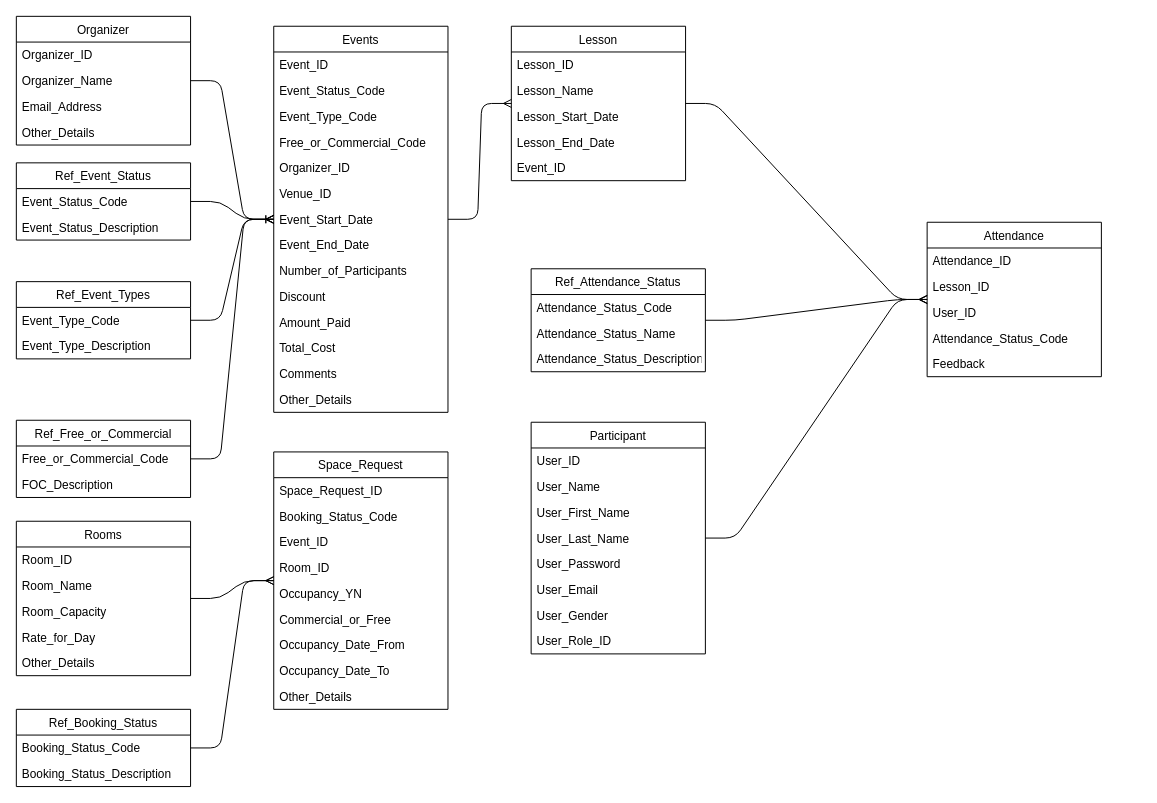
Earlier version of the draw.io diagram page "ERD" (2 of 4) of DellEvent.drawio (frostyseb/ITDP). Source tidied: cells renumbered, new cells numbered last; positions are measured from the earlier drawing's top-left corner, leaving out a move shared by most shapes. Both pictures are drawn from the tidied source at 99%, with x=0, y=0 at pixel (16, 16).
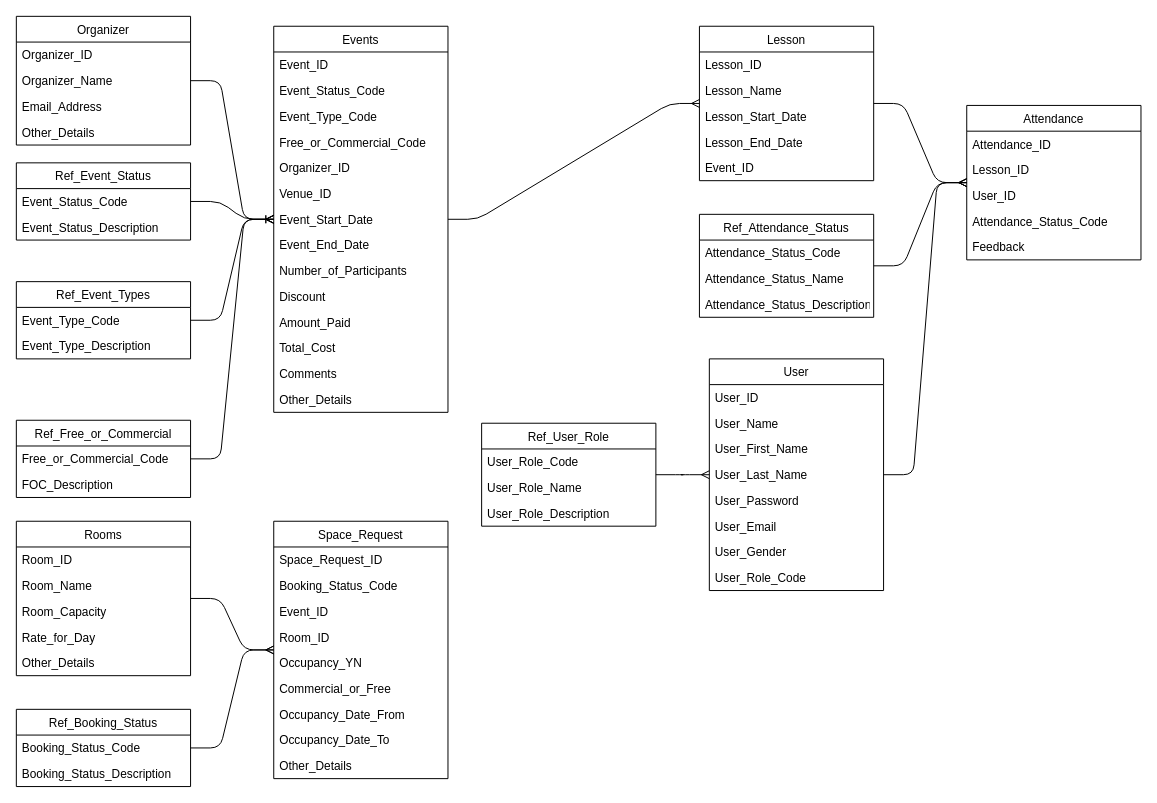
The same diagram, later.

Commit message:
Added Ref_User_Role

What changed in the source:
```diff
@@
     <mxCell id="22" value="Attendance" style="swimlane;fontStyle=0;horizontal=1;startSize=26;fillColor=none;" parent="1" vertex="1">
-      <mxGeometry x="920" y="208" width="176" height="156" as="geometry" />
+      <mxGeometry x="960" y="90" width="176" height="156" as="geometry" />
     </mxCell>
@@
     <mxCell id="37" value="Space_Request" style="swimlane;fontStyle=0;horizontal=1;startSize=26;fillColor=none;" parent="1" vertex="1">
-      <mxGeometry x="260" y="440" width="176" height="260" as="geometry" />
+      <mxGeometry x="260" y="510" width="176" height="260" as="geometry" />
     </mxCell>
@@
-    <mxCell id="56" value="Participant" style="swimlane;fontStyle=0;horizontal=1;startSize=26;fillColor=none;" parent="1" vertex="1">
-      <mxGeometry x="520" y="410" width="176" height="234" as="geometry" />
+    <mxCell id="56" value="User" style="swimlane;fontStyle=0;horizontal=1;startSize=26;fillColor=none;" parent="1" vertex="1">
+      <mxGeometry x="700" y="346" width="176" height="234" as="geometry" />
     </mxCell>
@@
-    <mxCell id="64" value="User_Role_ID" style="text;strokeColor=none;fillColor=none;align=left;verticalAlign=top;spacingLeft=4;spacingRight=4;overflow=hidden;" parent="56" vertex="1">
+    <mxCell id="64" value="User_Role_Code" style="text;strokeColor=none;fillColor=none;align=left;verticalAlign=top;spacingLeft=4;spacingRight=4;overflow=hidden;" parent="56" vertex="1">
       <mxGeometry y="208" width="176" height="26" as="geometry" />
     </mxCell>
     <mxCell id="65" value="Lesson" style="swimlane;fontStyle=0;horizontal=1;startSize=26;fillColor=none;" parent="1" vertex="1">
-      <mxGeometry x="500" y="10" width="176" height="156" as="geometry" />
+      <mxGeometry x="690" y="10" width="176" height="156" as="geometry" />
     </mxCell>
@@
     <mxCell id="71" value="Ref_Attendance_Status" style="swimlane;fontStyle=0;horizontal=1;startSize=26;fillColor=none;" parent="1" vertex="1">
-      <mxGeometry x="520" y="255" width="176" height="104" as="geometry" />
+      <mxGeometry x="690" y="200" width="176" height="104" as="geometry" />
     </mxCell>
@@
+    <mxCell id="85" value="Ref_User_Role" style="swimlane;fontStyle=0;horizontal=1;startSize=26;fillColor=none;" parent="1" vertex="1">
+      <mxGeometry x="470" y="411" width="176" height="104" as="geometry" />
+    </mxCell>
+    <mxCell id="86" value="User_Role_Code" style="text;strokeColor=none;fillColor=none;align=left;verticalAlign=top;spacingLeft=4;spacingRight=4;overflow=hidden;" parent="85" vertex="1">
+      <mxGeometry y="26" width="176" height="26" as="geometry" />
+    </mxCell>
+    <mxCell id="87" value="User_Role_Name" style="text;strokeColor=none;fillColor=none;align=left;verticalAlign=top;spacingLeft=4;spacingRight=4;overflow=hidden;" parent="85" vertex="1">
+      <mxGeometry y="52" width="176" height="26" as="geometry" />
+    </mxCell>
+    <mxCell id="88" value="User_Role_Description" style="text;strokeColor=none;fillColor=none;align=left;verticalAlign=top;spacingLeft=4;spacingRight=4;overflow=hidden;" parent="85" vertex="1">
+      <mxGeometry y="78" width="176" height="26" as="geometry" />
+    </mxCell>
+    <mxCell id="89" style="edgeStyle=entityRelationEdgeStyle;fontSize=12;html=1;endArrow=ERmany;" parent="1" edge="1" source="85" target="56">
+      <mxGeometry relative="1" as="geometry" />
+    </mxCell>
```
